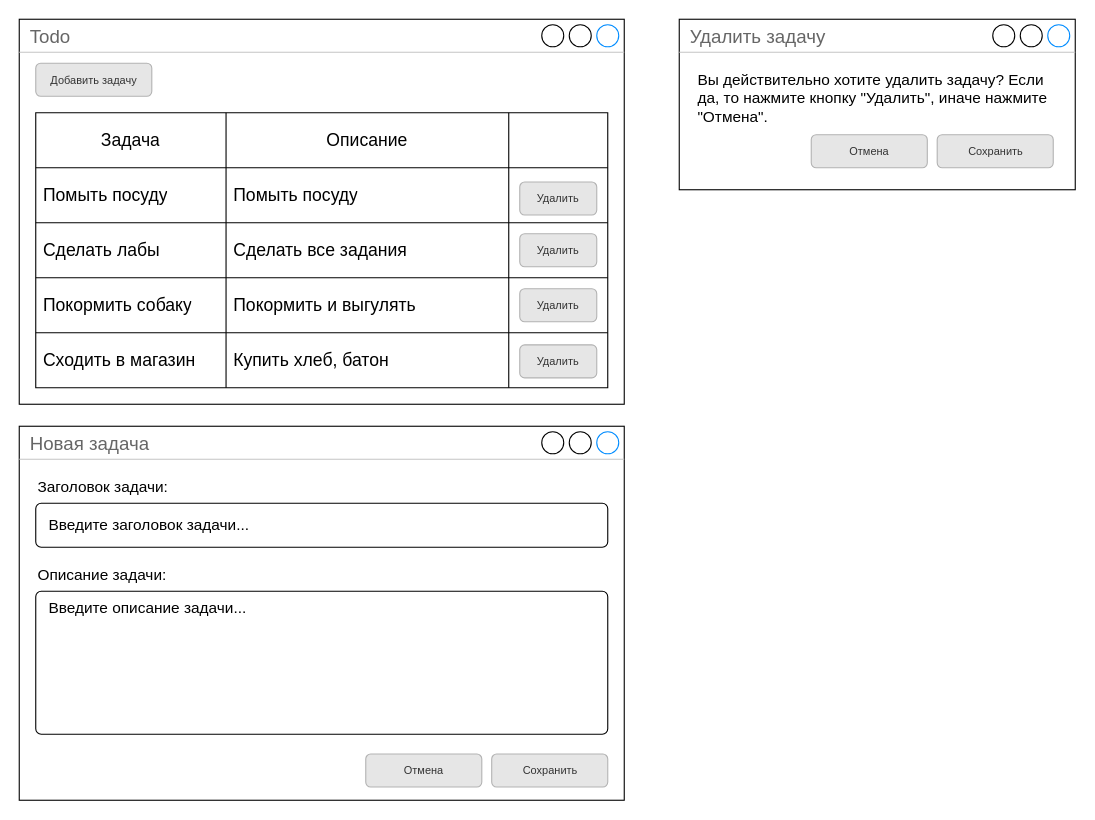
Earlier version of the draw.io diagram labs/lab5-ui.drawio (SheinEA/BukepInternship2023). Source tidied: cells renumbered, new cells numbered last; positions are measured from the earlier drawing's top-left corner, leaving out a move shared by most shapes. Both pictures are drawn from the tidied source at 110%, with x=0, y=0 at pixel (19, 19).
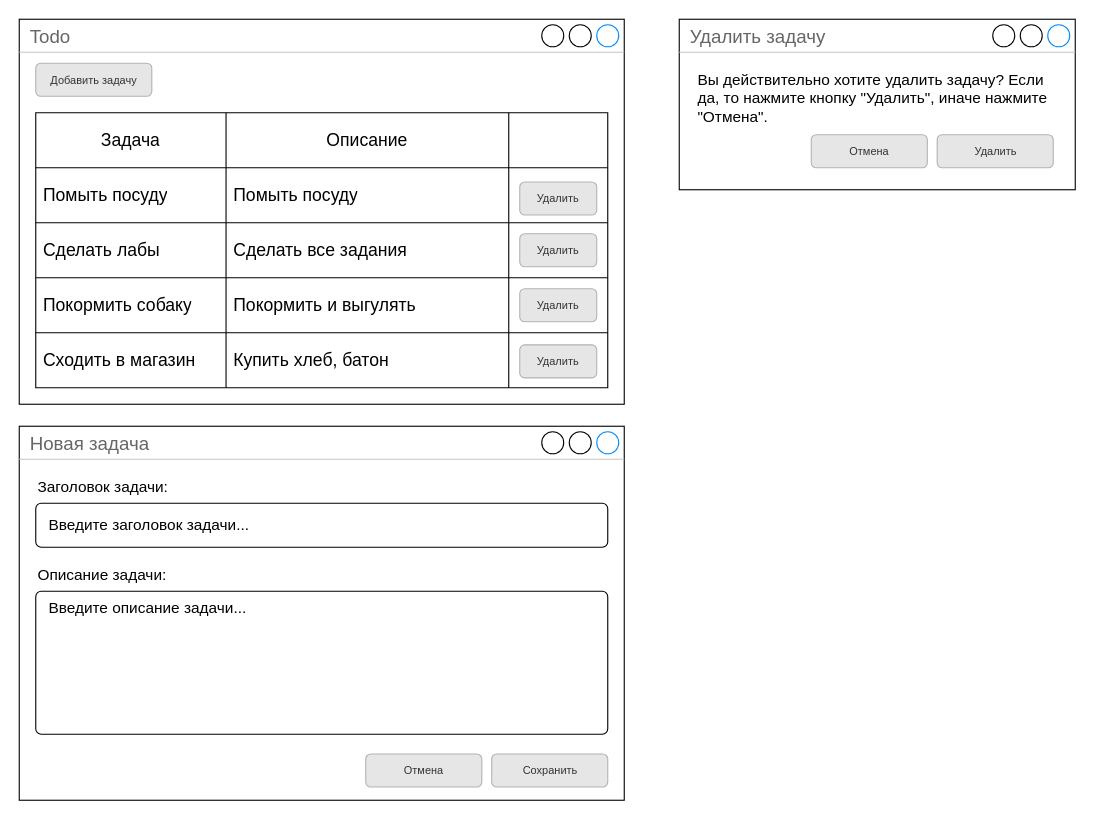
The same diagram, later.

What changed in the source:
```diff
@@
-    <mxCell id="37" value="Сохранить" style="rounded=1;html=1;shadow=0;dashed=0;whiteSpace=wrap;fontSize=10;fillColor=#E6E6E6;align=center;strokeColor=#B3B3B3;fontColor=#333333;" parent="1" vertex="1">
+    <mxCell id="37" value="Удалить" style="rounded=1;html=1;shadow=0;dashed=0;whiteSpace=wrap;fontSize=10;fillColor=#E6E6E6;align=center;strokeColor=#B3B3B3;fontColor=#333333;" parent="1" vertex="1">
       <mxGeometry x="834.5" y="105" width="105.5" height="30" as="geometry" />
     </mxCell>
```
